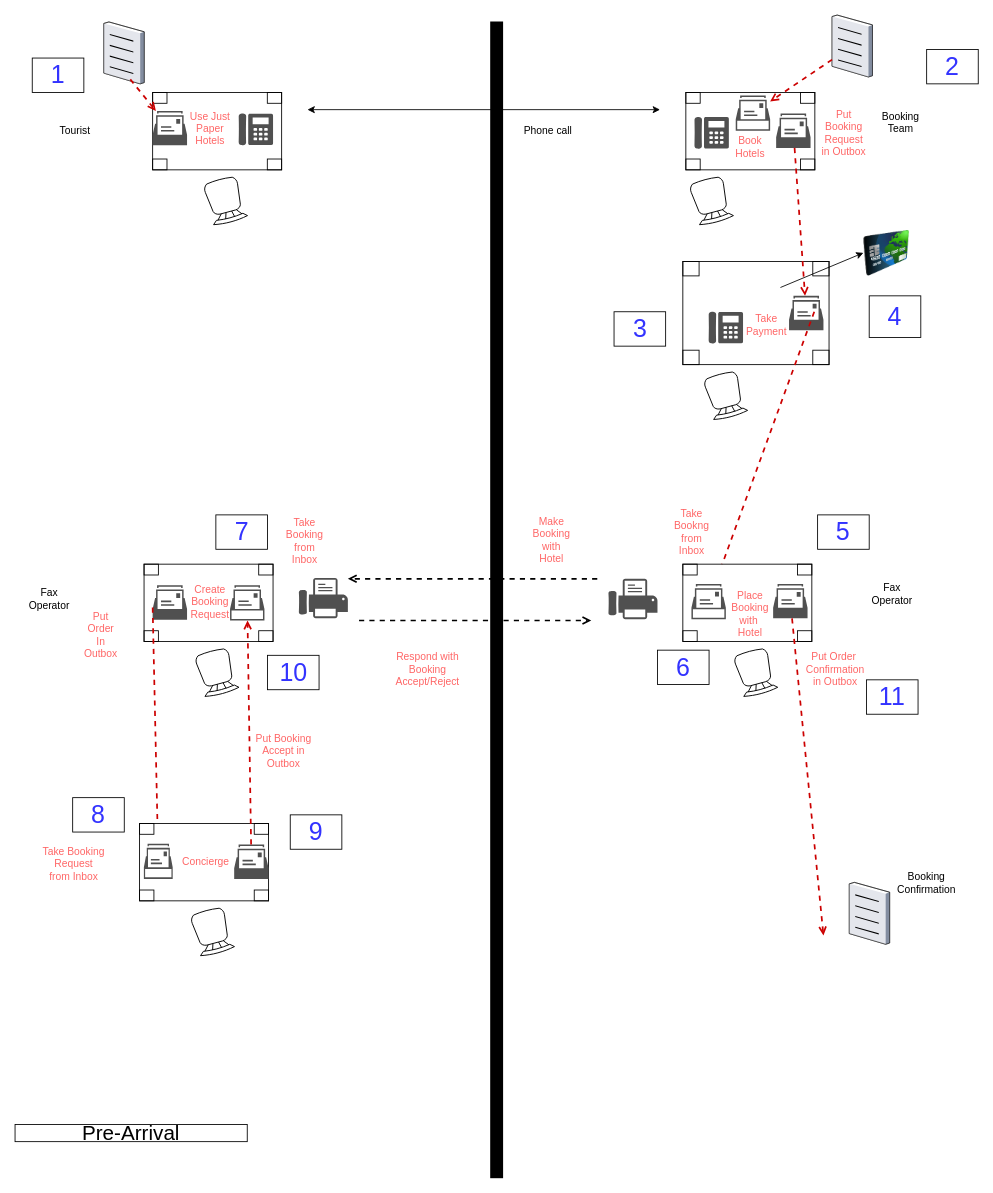
Earlier version of the draw.io diagram resources/Pre-Arrival Guest Flow.drawio (iancooper/practical-messaging). Source tidied: cells renumbered, new cells numbered last; positions are measured from the earlier drawing's top-left corner, leaving out a move shared by most shapes. Both pictures are drawn from the tidied source at 86%, with x=0, y=0 at pixel (15, 15).
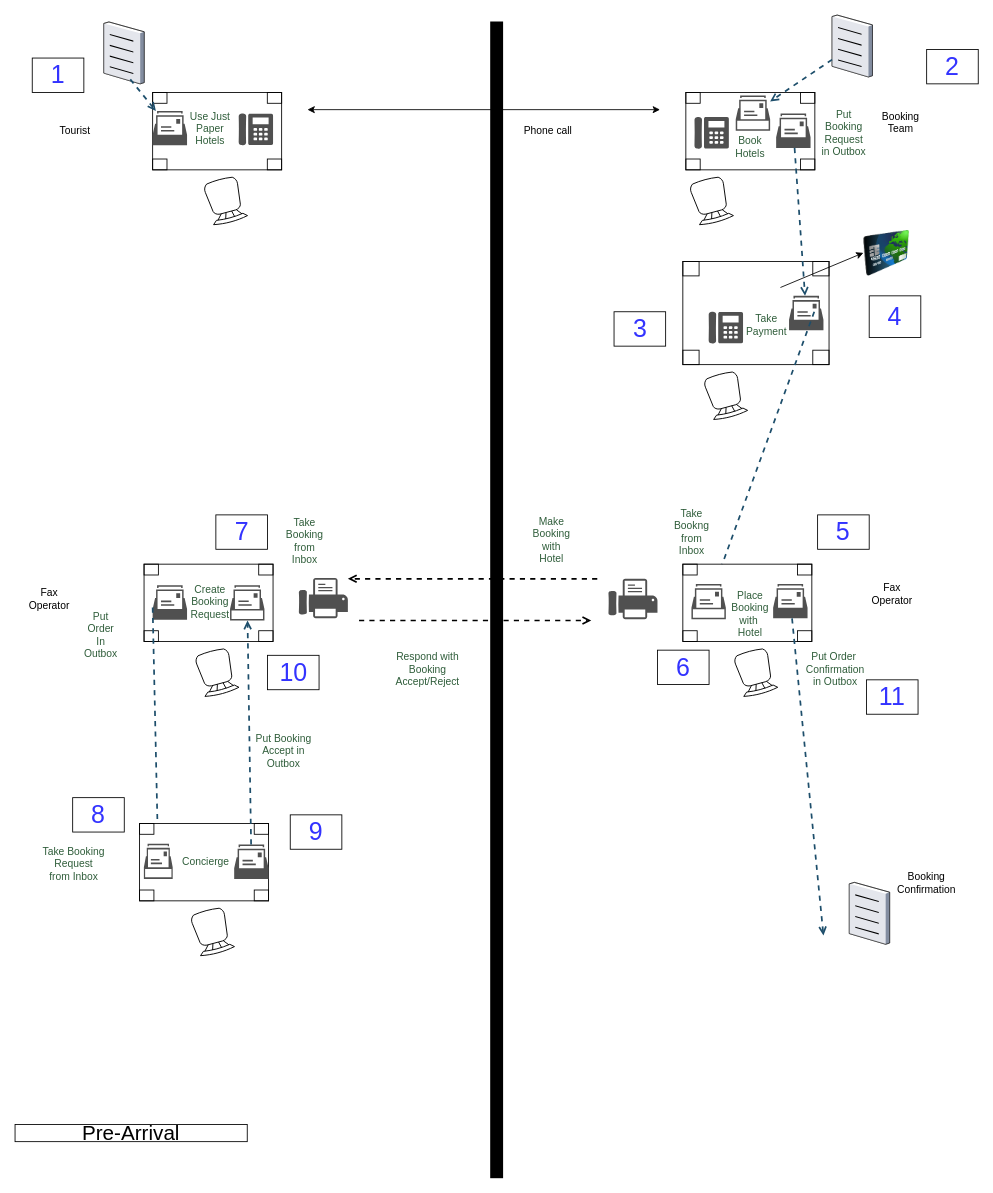
After the change.

Commit message (it also covers changes not shown here):
G8 closed: the eighth paper flow loses its red, and one clause frees the note

The change refers to these unchanged cells:
```xml
<mxCell id="7" style="sketch=0;shadow=0;dashed=0;html=1;strokeColor=none;fillColor=#505050;labelPosition=center;verticalLabelPosition=bottom;verticalAlign=top;outlineConnect=0;align=center;shape=mxgraph.office.concepts.mailbox;" parent="1" vertex="1">
  <mxGeometry x="885" y="114.5" width="40" height="40" as="geometry" />
</mxCell>
<mxCell id="20" style="sketch=0;shadow=0;dashed=0;html=1;strokeColor=none;fillColor=#505050;labelPosition=center;verticalLabelPosition=bottom;verticalAlign=top;outlineConnect=0;align=center;shape=mxgraph.office.concepts.mailbox;" parent="1" vertex="1">
  <mxGeometry x="160" y="111.5" width="40" height="40" as="geometry" />
</mxCell>
<mxCell id="22" style="verticalLabelPosition=bottom;sketch=0;html=1;verticalAlign=top;strokeColor=none;align=center;outlineConnect=0;shape=mxgraph.citrix.document;fillColor=#FF3333;" parent="1" vertex="1">
  <mxGeometry x="950" width="47" height="72" as="geometry" />
</mxCell>
<mxCell id="24" style="sketch=0;shadow=0;dashed=0;html=1;strokeColor=none;fillColor=#505050;labelPosition=center;verticalLabelPosition=bottom;verticalAlign=top;outlineConnect=0;align=center;shape=mxgraph.office.concepts.mailbox2;" parent="1" vertex="1">
  <mxGeometry x="838" y="93.5" width="40" height="41" as="geometry" />
</mxCell>
<mxCell id="29" style="sketch=0;shadow=0;dashed=0;html=1;strokeColor=none;fillColor=#505050;labelPosition=center;verticalLabelPosition=bottom;verticalAlign=top;outlineConnect=0;align=center;shape=mxgraph.office.concepts.mailbox;" parent="1" vertex="1">
  <mxGeometry x="900" y="326.5" width="40" height="40" as="geometry" />
</mxCell>
<mxCell id="39" style="sketch=0;shadow=0;dashed=0;html=1;strokeColor=none;fillColor=#505050;labelPosition=center;verticalLabelPosition=bottom;verticalAlign=top;outlineConnect=0;align=center;shape=mxgraph.office.concepts.mailbox2;" parent="1" vertex="1">
  <mxGeometry x="786.5" y="661.5" width="40" height="41" as="geometry" />
</mxCell>
<mxCell id="40" style="sketch=0;shadow=0;dashed=0;html=1;strokeColor=none;fillColor=#505050;labelPosition=center;verticalLabelPosition=bottom;verticalAlign=top;outlineConnect=0;align=center;shape=mxgraph.office.concepts.mailbox;" parent="1" vertex="1">
  <mxGeometry x="881.5" y="661.5" width="40" height="40" as="geometry" />
</mxCell>
<mxCell id="44" style="sketch=0;shadow=0;dashed=0;html=1;strokeColor=none;fillColor=#505050;labelPosition=center;verticalLabelPosition=bottom;verticalAlign=top;outlineConnect=0;align=center;shape=mxgraph.office.concepts.mailbox2;" parent="1" vertex="1">
  <mxGeometry x="250" y="663" width="40" height="41" as="geometry" />
</mxCell>
<mxCell id="66" style="sketch=0;shadow=0;dashed=0;html=1;strokeColor=none;fillColor=#505050;labelPosition=center;verticalLabelPosition=bottom;verticalAlign=top;outlineConnect=0;align=center;shape=mxgraph.office.concepts.mailbox2;" parent="1" vertex="1">
  <mxGeometry x="149.8" y="963.5" width="33.5" height="41" as="geometry" />
</mxCell>
<mxCell id="67" style="sketch=0;shadow=0;dashed=0;html=1;strokeColor=none;fillColor=#505050;labelPosition=center;verticalLabelPosition=bottom;verticalAlign=top;outlineConnect=0;align=center;shape=mxgraph.office.concepts.mailbox;" parent="1" vertex="1">
  <mxGeometry x="254.8" y="964.5" width="40" height="40" as="geometry" />
</mxCell>
```

The edit, as a diff of the source:
```diff
@@
-    <mxCell id="13" value="&lt;font color=&quot;#ff6666&quot;&gt;Put Booking Request&lt;br&gt;in Outbox&lt;/font&gt;" style="text;html=1;strokeColor=none;fillColor=none;align=center;verticalAlign=middle;whiteSpace=wrap;rounded=0;" parent="1" vertex="1">
+    <mxCell id="13" value="&lt;font color=&quot;#2F5D3A&quot;&gt;Put Booking Request&lt;br&gt;in Outbox&lt;/font&gt;" style="text;html=1;strokeColor=none;fillColor=none;align=center;verticalAlign=middle;whiteSpace=wrap;rounded=0;" parent="1" vertex="1">
       <mxGeometry x="936.5" y="94.5" width="53.5" height="85.5" as="geometry" />
     </mxCell>
-    <mxCell id="14" value="&lt;font color=&quot;#ff6666&quot;&gt;Book Hotels&lt;/font&gt;" style="text;html=1;strokeColor=none;fillColor=none;align=center;verticalAlign=middle;whiteSpace=wrap;rounded=0;" parent="1" vertex="1">
+    <mxCell id="14" value="&lt;font color=&quot;#2F5D3A&quot;&gt;Book Hotels&lt;/font&gt;" style="text;html=1;strokeColor=none;fillColor=none;align=center;verticalAlign=middle;whiteSpace=wrap;rounded=0;" parent="1" vertex="1">
       <mxGeometry x="828.2" y="111.5" width="53.5" height="85.5" as="geometry" />
     </mxCell>
-    <mxCell id="15" value="&lt;font color=&quot;#ff6666&quot;&gt;Use Just Paper Hotels&lt;/font&gt;" style="text;html=1;strokeColor=none;fillColor=none;align=center;verticalAlign=middle;whiteSpace=wrap;rounded=0;" parent="1" vertex="1">
+    <mxCell id="15" value="&lt;font color=&quot;#2F5D3A&quot;&gt;Use Just Paper Hotels&lt;/font&gt;" style="text;html=1;strokeColor=none;fillColor=none;align=center;verticalAlign=middle;whiteSpace=wrap;rounded=0;" parent="1" vertex="1">
       <mxGeometry x="200" y="88.8" width="53.5" height="85.5" as="geometry" />
     </mxCell>
@@
-    <mxCell id="21" style="endArrow=open;dashed=1;html=1;strokeColor=#CC0000;endFill=0;strokeWidth=2;" parent="1" edge="1" target="20">
+    <mxCell id="21" style="endArrow=open;dashed=1;html=1;strokeColor=#1D4E6B;endFill=0;strokeWidth=2;" parent="1" edge="1" target="20">
       <mxGeometry relative="1" as="geometry">
         <mxPoint x="134" y="74.8" as="sourcePoint" />
       </mxGeometry>
     </mxCell>
@@
-    <mxCell id="23" style="endArrow=open;dashed=1;html=1;strokeColor=#CC0000;endFill=0;strokeWidth=2;" parent="1" edge="1" source="22" target="24">
+    <mxCell id="23" style="endArrow=open;dashed=1;html=1;strokeColor=#1D4E6B;endFill=0;strokeWidth=2;" parent="1" edge="1" source="22" target="24">
       <mxGeometry relative="1" as="geometry" />
     </mxCell>
@@
-    <mxCell id="28" value="&lt;font color=&quot;#ff6666&quot;&gt;Take Payment&lt;/font&gt;" style="text;html=1;strokeColor=none;fillColor=none;align=center;verticalAlign=middle;whiteSpace=wrap;rounded=0;" parent="1" vertex="1">
+    <mxCell id="28" value="&lt;font color=&quot;#2F5D3A&quot;&gt;Take Payment&lt;/font&gt;" style="text;html=1;strokeColor=none;fillColor=none;align=center;verticalAlign=middle;whiteSpace=wrap;rounded=0;" parent="1" vertex="1">
       <mxGeometry x="846.5" y="316.8" width="53.5" height="85.5" as="geometry" />
     </mxCell>
@@
-    <mxCell id="30" style="endArrow=open;dashed=1;html=1;strokeColor=#CC0000;endFill=0;strokeWidth=2;" parent="1" edge="1" target="39">
+    <mxCell id="30" style="endArrow=open;dashed=1;html=1;strokeColor=#1D4E6B;endFill=0;strokeWidth=2;" parent="1" edge="1" target="39">
       <mxGeometry relative="1" as="geometry">
         <mxPoint x="929.3" y="345" as="sourcePoint" />
       </mxGeometry>
     </mxCell>
@@
-    <mxCell id="36" style="endArrow=open;dashed=1;html=1;strokeColor=#CC0000;endFill=0;strokeWidth=2;" parent="1" edge="1" source="7" target="29">
+    <mxCell id="36" style="endArrow=open;dashed=1;html=1;strokeColor=#1D4E6B;endFill=0;strokeWidth=2;" parent="1" edge="1" source="7" target="29">
       <mxGeometry relative="1" as="geometry" />
     </mxCell>
@@
-    <mxCell id="47" value="&lt;font color=&quot;#ff6666&quot;&gt;Take Bookng from Inbox&lt;/font&gt;" style="text;html=1;strokeColor=none;fillColor=none;align=center;verticalAlign=middle;whiteSpace=wrap;rounded=0;" parent="1" vertex="1">
+    <mxCell id="47" value="&lt;font color=&quot;#2F5D3A&quot;&gt;Take Bookng from Inbox&lt;/font&gt;" style="text;html=1;strokeColor=none;fillColor=none;align=center;verticalAlign=middle;whiteSpace=wrap;rounded=0;" parent="1" vertex="1">
       <mxGeometry x="760" y="558.5" width="53.5" height="85.5" as="geometry" />
     </mxCell>
-    <mxCell id="48" value="&lt;font color=&quot;#ff6666&quot;&gt;Make Booking with Hotel&lt;/font&gt;" style="text;html=1;strokeColor=none;fillColor=none;align=center;verticalAlign=middle;whiteSpace=wrap;rounded=0;" parent="1" vertex="1">
+    <mxCell id="48" value="&lt;font color=&quot;#2F5D3A&quot;&gt;Make Booking with Hotel&lt;/font&gt;" style="text;html=1;strokeColor=none;fillColor=none;align=center;verticalAlign=middle;whiteSpace=wrap;rounded=0;" parent="1" vertex="1">
       <mxGeometry x="596.5" y="567.5" width="53.5" height="85.5" as="geometry" />
     </mxCell>
@@
-    <mxCell id="51" value="&lt;font color=&quot;#ff6666&quot;&gt;Take Booking from Inbox&lt;/font&gt;" style="text;html=1;strokeColor=none;fillColor=none;align=center;verticalAlign=middle;whiteSpace=wrap;rounded=0;" parent="1" vertex="1">
+    <mxCell id="51" value="&lt;font color=&quot;#2F5D3A&quot;&gt;Take Booking from Inbox&lt;/font&gt;" style="text;html=1;strokeColor=none;fillColor=none;align=center;verticalAlign=middle;whiteSpace=wrap;rounded=0;" parent="1" vertex="1">
       <mxGeometry x="310" y="569" width="53.5" height="85.5" as="geometry" />
     </mxCell>
-    <mxCell id="52" value="&lt;font color=&quot;#ff6666&quot;&gt;Put Order &lt;br&gt;In Outbox&lt;/font&gt;" style="text;html=1;strokeColor=none;fillColor=none;align=center;verticalAlign=middle;whiteSpace=wrap;rounded=0;" parent="1" vertex="1">
+    <mxCell id="52" value="&lt;font color=&quot;#2F5D3A&quot;&gt;Put Order &lt;br&gt;In Outbox&lt;/font&gt;" style="text;html=1;strokeColor=none;fillColor=none;align=center;verticalAlign=middle;whiteSpace=wrap;rounded=0;" parent="1" vertex="1">
       <mxGeometry x="73.2" y="678.5" width="53.5" height="85.5" as="geometry" />
     </mxCell>
-    <mxCell id="53" value="&lt;font color=&quot;#ff6666&quot;&gt;Place Booking&lt;br&gt;with&amp;nbsp;&lt;br&gt;Hotel&lt;br&gt;&lt;/font&gt;" style="text;html=1;strokeColor=none;fillColor=none;align=center;verticalAlign=middle;whiteSpace=wrap;rounded=0;" parent="1" vertex="1">
+    <mxCell id="53" value="&lt;font color=&quot;#2F5D3A&quot;&gt;Place Booking&lt;br&gt;with&amp;nbsp;&lt;br&gt;Hotel&lt;br&gt;&lt;/font&gt;" style="text;html=1;strokeColor=none;fillColor=none;align=center;verticalAlign=middle;whiteSpace=wrap;rounded=0;" parent="1" vertex="1">
       <mxGeometry x="828" y="653" width="53.5" height="85.5" as="geometry" />
     </mxCell>
@@
-    <mxCell id="56" value="&lt;font color=&quot;#ff6666&quot;&gt;Put Order&amp;nbsp;&lt;br&gt;Confirmation&lt;br&gt;in Outbox&lt;/font&gt;" style="text;html=1;strokeColor=none;fillColor=none;align=center;verticalAlign=middle;whiteSpace=wrap;rounded=0;" parent="1" vertex="1">
+    <mxCell id="56" value="&lt;font color=&quot;#2F5D3A&quot;&gt;Put Order&amp;nbsp;&lt;br&gt;Confirmation&lt;br&gt;in Outbox&lt;/font&gt;" style="text;html=1;strokeColor=none;fillColor=none;align=center;verticalAlign=middle;whiteSpace=wrap;rounded=0;" parent="1" vertex="1">
       <mxGeometry x="926.5" y="718.5" width="53.5" height="85.5" as="geometry" />
     </mxCell>
@@
-    <mxCell id="58" value="&lt;font color=&quot;#ff6666&quot;&gt;Respond with Booking Accept/Reject&lt;/font&gt;" style="text;html=1;strokeColor=none;fillColor=none;align=center;verticalAlign=middle;whiteSpace=wrap;rounded=0;" parent="1" vertex="1">
+    <mxCell id="58" value="&lt;font color=&quot;#2F5D3A&quot;&gt;Respond with Booking Accept/Reject&lt;/font&gt;" style="text;html=1;strokeColor=none;fillColor=none;align=center;verticalAlign=middle;whiteSpace=wrap;rounded=0;" parent="1" vertex="1">
       <mxGeometry x="440" y="718.5" width="80" height="85.5" as="geometry" />
     </mxCell>
@@
-    <mxCell id="61" value="&lt;font color=&quot;#ff6666&quot;&gt;Create Booking Request&lt;br&gt;&lt;/font&gt;" style="text;html=1;strokeColor=none;fillColor=none;align=center;verticalAlign=middle;whiteSpace=wrap;rounded=0;" parent="1" vertex="1">
+    <mxCell id="61" value="&lt;font color=&quot;#2F5D3A&quot;&gt;Create Booking Request&lt;br&gt;&lt;/font&gt;" style="text;html=1;strokeColor=none;fillColor=none;align=center;verticalAlign=middle;whiteSpace=wrap;rounded=0;" parent="1" vertex="1">
       <mxGeometry x="200" y="640.2" width="53.5" height="85.5" as="geometry" />
     </mxCell>
-    <mxCell id="62" style="endArrow=open;dashed=1;html=1;strokeColor=#CC0000;endFill=0;strokeWidth=2;" parent="1" edge="1" target="66">
+    <mxCell id="62" style="endArrow=open;dashed=1;html=1;strokeColor=#1D4E6B;endFill=0;strokeWidth=2;" parent="1" edge="1" target="66">
       <mxGeometry relative="1" as="geometry">
         <mxPoint x="160" y="689" as="sourcePoint" />
       </mxGeometry>
     </mxCell>
-    <mxCell id="63" value="&lt;font color=&quot;#ff6666&quot;&gt;Put Booking&lt;br&gt;Accept in&lt;br&gt;Outbox&lt;/font&gt;" style="text;html=1;strokeColor=none;fillColor=none;align=center;verticalAlign=middle;whiteSpace=wrap;rounded=0;" parent="1" vertex="1">
+    <mxCell id="63" value="&lt;font color=&quot;#2F5D3A&quot;&gt;Put Booking&lt;br&gt;Accept in&lt;br&gt;Outbox&lt;/font&gt;" style="text;html=1;strokeColor=none;fillColor=none;align=center;verticalAlign=middle;whiteSpace=wrap;rounded=0;" parent="1" vertex="1">
       <mxGeometry x="263.5" y="813" width="96.5" height="85.5" as="geometry" />
     </mxCell>
@@
-    <mxCell id="68" value="&lt;font color=&quot;#ff6666&quot;&gt;Concierge&lt;br&gt;&lt;/font&gt;" style="text;html=1;strokeColor=none;fillColor=none;align=center;verticalAlign=middle;whiteSpace=wrap;rounded=0;" parent="1" vertex="1">
+    <mxCell id="68" value="&lt;font color=&quot;#2F5D3A&quot;&gt;Concierge&lt;br&gt;&lt;/font&gt;" style="text;html=1;strokeColor=none;fillColor=none;align=center;verticalAlign=middle;whiteSpace=wrap;rounded=0;" parent="1" vertex="1">
       <mxGeometry x="194.8" y="941.8" width="53.5" height="85.5" as="geometry" />
     </mxCell>
-    <mxCell id="69" value="&lt;font color=&quot;#ff6666&quot;&gt;Take Booking Request&lt;br&gt;from Inbox&lt;/font&gt;" style="text;html=1;strokeColor=none;fillColor=none;align=center;verticalAlign=middle;whiteSpace=wrap;rounded=0;" parent="1" vertex="1">
+    <mxCell id="69" value="&lt;font color=&quot;#2F5D3A&quot;&gt;Take Booking Request&lt;br&gt;from Inbox&lt;/font&gt;" style="text;html=1;strokeColor=none;fillColor=none;align=center;verticalAlign=middle;whiteSpace=wrap;rounded=0;" parent="1" vertex="1">
       <mxGeometry x="20" y="944.5" width="96.5" height="85.5" as="geometry" />
     </mxCell>
-    <mxCell id="70" style="endArrow=open;dashed=1;html=1;strokeColor=#CC0000;endFill=0;strokeWidth=2;" parent="1" edge="1" source="67" target="44">
+    <mxCell id="70" style="endArrow=open;dashed=1;html=1;strokeColor=#1D4E6B;endFill=0;strokeWidth=2;" parent="1" edge="1" source="67" target="44">
       <mxGeometry relative="1" as="geometry" />
     </mxCell>
-    <mxCell id="71" style="endArrow=open;dashed=1;html=1;strokeColor=#CC0000;endFill=0;strokeWidth=2;" parent="1" edge="1" source="40">
+    <mxCell id="71" style="endArrow=open;dashed=1;html=1;strokeColor=#1D4E6B;endFill=0;strokeWidth=2;" parent="1" edge="1" source="40">
       <mxGeometry relative="1" as="geometry">
         <mxPoint x="940" y="1070.2" as="targetPoint" />
       </mxGeometry>
     </mxCell>
```
